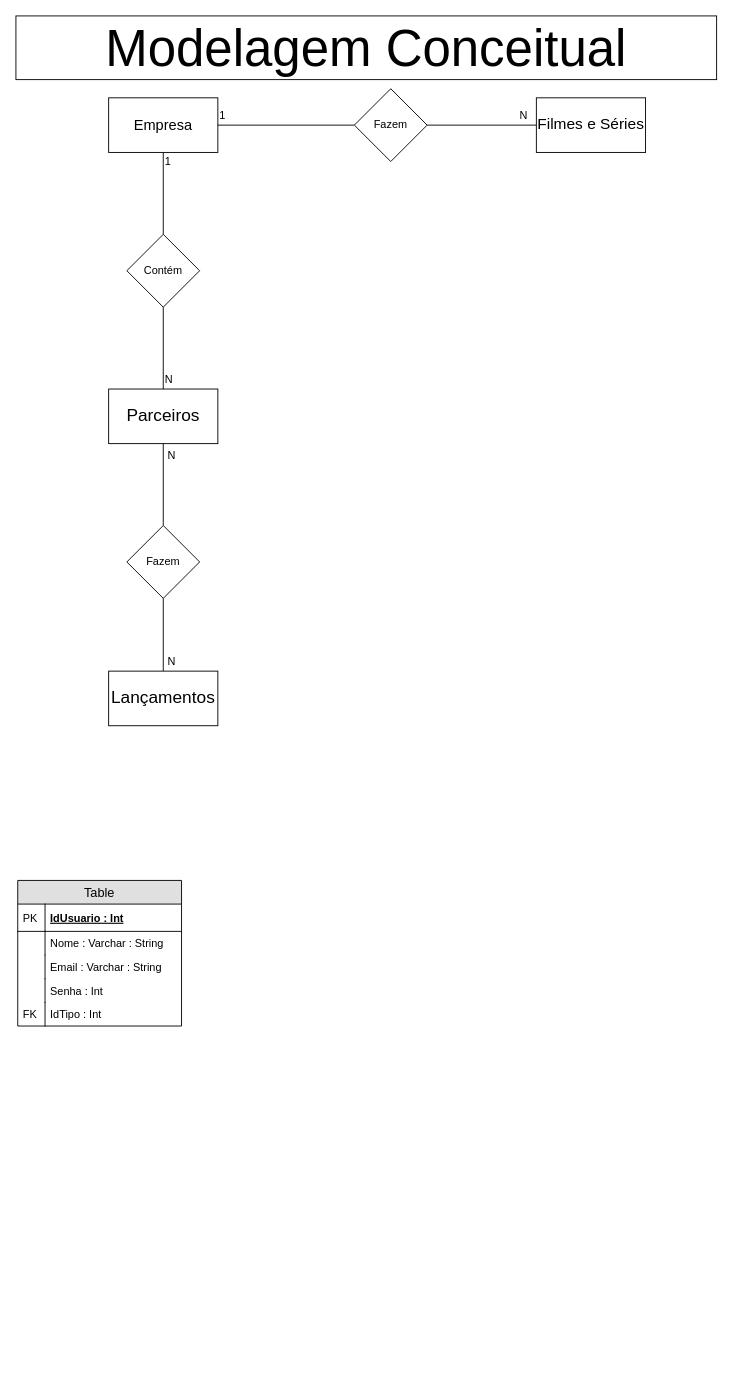
This is OPFlix.drawio from Melegaro-SENAI/s2019-sprint-1-bd_OPFlix, a draw.io file, before an edit. Source tidied: cells renumbered, new cells numbered last; positions are measured from the earlier drawing's top-left corner, leaving out a move shared by most shapes. Both pictures are drawn from the tidied source at 91%, with x=0, y=0 at pixel (15, 15).
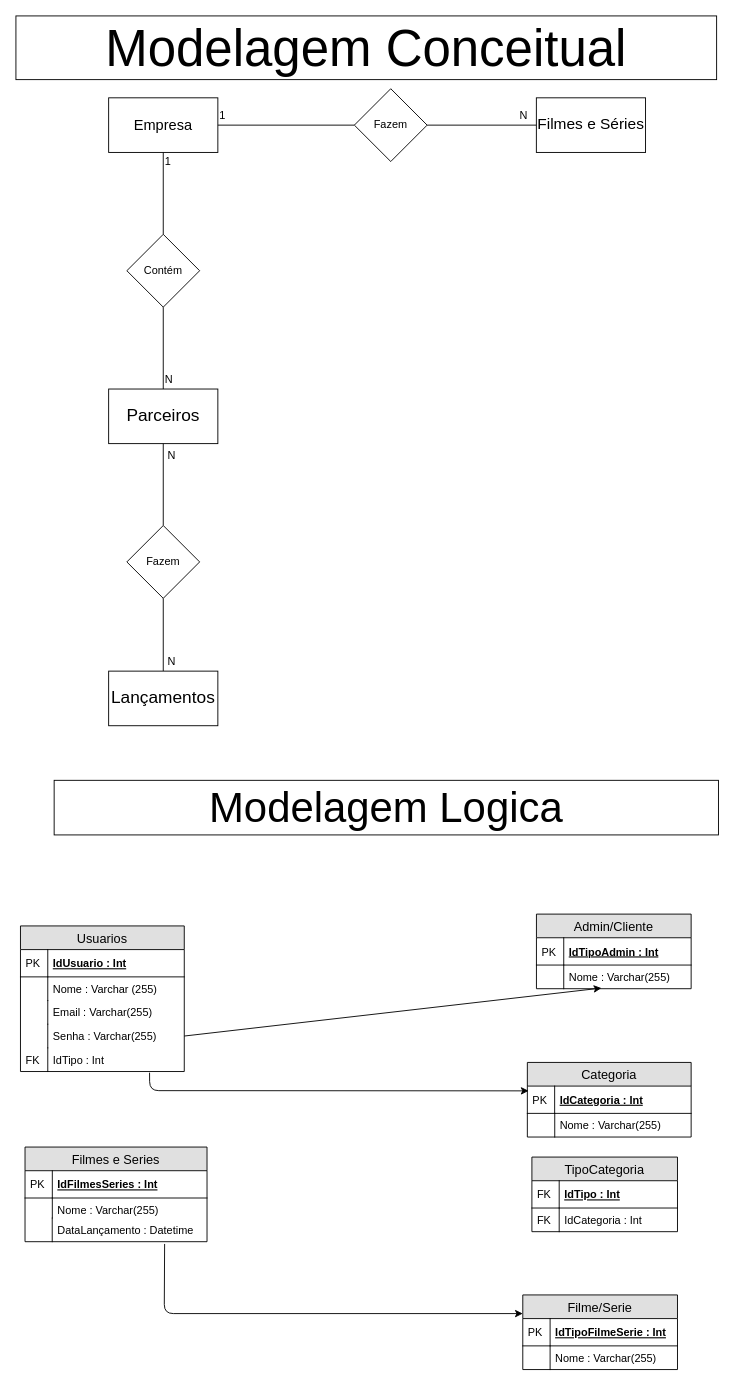
Above is the later version.

Unchanged cells that the change refers to:
```xml
<mxCell id="31" value="IdTipo : Int" style="shape=partialRectangle;top=0;left=0;right=0;bottom=0;align=left;verticalAlign=top;fillColor=none;spacingLeft=34;spacingRight=4;overflow=hidden;points=[[0,0.5],[1,0.5]];portConstraint=eastwest;fontSize=12;" parent="22" vertex="1">
  <mxGeometry y="134" width="180" height="26" as="geometry" />
</mxCell>
```

Diff of the diagram source:
```diff
@@
-    <mxCell id="22" value="Table" style="swimlane;fontStyle=0;horizontal=1;startSize=26;fillColor=#e0e0e0;swimlaneFillColor=#ffffff;align=center;fontSize=14;" parent="1" vertex="1">
-      <mxGeometry x="2" y="950" width="180" height="160" as="geometry" />
+    <mxCell id="22" value="Usuarios" style="swimlane;fontStyle=0;horizontal=1;startSize=26;fillColor=#e0e0e0;swimlaneFillColor=#ffffff;align=center;fontSize=14;" parent="1" vertex="1">
+      <mxGeometry x="5" y="1000" width="180" height="160" as="geometry" />
     </mxCell>
@@
-    <mxCell id="25" value="Nome : Varchar : String" style="shape=partialRectangle;top=0;left=0;right=0;bottom=0;align=left;verticalAlign=top;fillColor=none;spacingLeft=34;spacingRight=4;overflow=hidden;fontSize=12;" parent="22" vertex="1">
+    <mxCell id="25" value="Nome : Varchar (255)" style="shape=partialRectangle;top=0;left=0;right=0;bottom=0;align=left;verticalAlign=top;fillColor=none;spacingLeft=34;spacingRight=4;overflow=hidden;fontSize=12;" parent="22" vertex="1">
       <mxGeometry y="56" width="180" height="26" as="geometry" />
     </mxCell>
@@
-    <mxCell id="27" value="Email : Varchar : String" style="shape=partialRectangle;top=0;left=0;right=0;bottom=0;align=left;verticalAlign=top;fillColor=none;spacingLeft=34;spacingRight=4;overflow=hidden;fontSize=12;" parent="22" vertex="1">
+    <mxCell id="27" value="Email : Varchar(255)" style="shape=partialRectangle;top=0;left=0;right=0;bottom=0;align=left;verticalAlign=top;fillColor=none;spacingLeft=34;spacingRight=4;overflow=hidden;fontSize=12;" parent="22" vertex="1">
       <mxGeometry y="82" width="180" height="26" as="geometry" />
     </mxCell>
@@
-    <mxCell id="29" value="Senha : Int" style="shape=partialRectangle;top=0;left=0;right=0;bottom=0;align=left;verticalAlign=top;fillColor=none;spacingLeft=34;spacingRight=4;overflow=hidden;points=[[0,0.5],[1,0.5]];portConstraint=eastwest;fontSize=12;" parent="22" vertex="1">
+    <mxCell id="29" value="Senha : Varchar(255)" style="shape=partialRectangle;top=0;left=0;right=0;bottom=0;align=left;verticalAlign=top;fillColor=none;spacingLeft=34;spacingRight=4;overflow=hidden;points=[[0,0.5],[1,0.5]];portConstraint=eastwest;fontSize=12;" parent="22" vertex="1">
       <mxGeometry y="108" width="180" height="26" as="geometry" />
     </mxCell>
@@
+    <mxCell id="33" value="&lt;font style=&quot;font-size: 46px&quot;&gt;Modelagem Logica&lt;/font&gt;" style="rounded=0;whiteSpace=wrap;html=1;" parent="1" vertex="1">
+      <mxGeometry x="42" y="840" width="730" height="60" as="geometry" />
+    </mxCell>
+    <mxCell id="34" value="Categoria" style="swimlane;fontStyle=0;horizontal=1;startSize=26;fillColor=#e0e0e0;swimlaneFillColor=#ffffff;align=center;fontSize=14;" parent="1" vertex="1">
+      <mxGeometry x="562" y="1150" width="180" height="82" as="geometry" />
+    </mxCell>
+    <mxCell id="35" value="IdCategoria : Int" style="shape=partialRectangle;top=0;left=0;right=0;bottom=1;align=left;verticalAlign=middle;fillColor=none;spacingLeft=34;spacingRight=4;overflow=hidden;points=[[0,0.5],[1,0.5]];portConstraint=eastwest;fontStyle=5;fontSize=12;" parent="34" vertex="1">
+      <mxGeometry y="26" width="180" height="30" as="geometry" />
+    </mxCell>
+    <mxCell id="36" value="PK" style="shape=partialRectangle;top=0;left=0;bottom=0;fillColor=none;align=left;verticalAlign=middle;spacingLeft=4;spacingRight=4;overflow=hidden;fontSize=12;" parent="35" vertex="1">
+      <mxGeometry width="30" height="30" as="geometry" />
+    </mxCell>
+    <mxCell id="37" value="Nome : Varchar(255)" style="shape=partialRectangle;top=0;left=0;right=0;bottom=0;align=left;verticalAlign=top;fillColor=none;spacingLeft=34;spacingRight=4;overflow=hidden;fontSize=12;" parent="34" vertex="1">
+      <mxGeometry y="56" width="180" height="26" as="geometry" />
+    </mxCell>
+    <mxCell id="38" style="shape=partialRectangle;top=0;left=0;bottom=0;fillColor=none;align=left;verticalAlign=top;spacingLeft=4;spacingRight=4;overflow=hidden;fontSize=12;" parent="37" vertex="1">
+      <mxGeometry width="30.1" height="26" as="geometry" />
+    </mxCell>
+    <mxCell id="39" value="Filme/Serie" style="swimlane;fontStyle=0;horizontal=1;startSize=26;fillColor=#e0e0e0;swimlaneFillColor=#ffffff;align=center;fontSize=14;" parent="1" vertex="1">
+      <mxGeometry x="557" y="1405.5" width="170" height="82" as="geometry" />
+    </mxCell>
+    <mxCell id="40" value="IdTipoFilmeSerie : Int" style="shape=partialRectangle;top=0;left=0;right=0;bottom=1;align=left;verticalAlign=middle;fillColor=none;spacingLeft=34;spacingRight=4;overflow=hidden;fontStyle=5;fontSize=12;" parent="39" vertex="1">
+      <mxGeometry y="26" width="170" height="30" as="geometry" />
+    </mxCell>
+    <mxCell id="41" value="PK" style="shape=partialRectangle;top=0;left=0;bottom=0;fillColor=none;align=left;verticalAlign=middle;spacingLeft=4;spacingRight=4;overflow=hidden;fontSize=12;" parent="40" vertex="1">
+      <mxGeometry width="30" height="30" as="geometry" />
+    </mxCell>
+    <mxCell id="42" value="Nome : Varchar(255)" style="shape=partialRectangle;top=0;left=0;right=0;bottom=0;align=left;verticalAlign=top;fillColor=none;spacingLeft=34;spacingRight=4;overflow=hidden;fontSize=12;" parent="39" vertex="1">
+      <mxGeometry y="56" width="170" height="26" as="geometry" />
+    </mxCell>
+    <mxCell id="43" style="shape=partialRectangle;top=0;left=0;bottom=0;fillColor=none;align=left;verticalAlign=top;spacingLeft=4;spacingRight=4;overflow=hidden;fontSize=12;" parent="42" vertex="1">
+      <mxGeometry width="30" height="26" as="geometry" />
+    </mxCell>
+    <mxCell id="44" value="Filmes e Series" style="swimlane;fontStyle=0;horizontal=1;startSize=26;fillColor=#e0e0e0;swimlaneFillColor=#ffffff;align=center;fontSize=14;" parent="1" vertex="1">
+      <mxGeometry x="10" y="1243" width="200" height="104" as="geometry" />
+    </mxCell>
+    <mxCell id="45" value="IdFilmesSeries : Int" style="shape=partialRectangle;top=0;left=0;right=0;bottom=1;align=left;verticalAlign=middle;fillColor=none;spacingLeft=34;spacingRight=4;overflow=hidden;fontStyle=5;fontSize=12;" parent="44" vertex="1">
+      <mxGeometry y="26" width="200" height="30" as="geometry" />
+    </mxCell>
+    <mxCell id="46" value="PK" style="shape=partialRectangle;top=0;left=0;bottom=0;fillColor=none;align=left;verticalAlign=middle;spacingLeft=4;spacingRight=4;overflow=hidden;fontSize=12;" parent="45" vertex="1">
+      <mxGeometry width="30" height="30" as="geometry" />
+    </mxCell>
+    <mxCell id="47" value="Nome : Varchar(255)" style="shape=partialRectangle;top=0;left=0;right=0;bottom=0;align=left;verticalAlign=top;fillColor=none;spacingLeft=34;spacingRight=4;overflow=hidden;fontSize=12;" parent="44" vertex="1">
+      <mxGeometry y="56" width="200" height="22" as="geometry" />
+    </mxCell>
+    <mxCell id="48" style="shape=partialRectangle;top=0;left=0;bottom=0;fillColor=none;align=left;verticalAlign=top;spacingLeft=4;spacingRight=4;overflow=hidden;fontSize=12;" parent="47" vertex="1">
+      <mxGeometry width="30" height="22" as="geometry" />
+    </mxCell>
+    <mxCell id="49" value="DataLançamento : Datetime" style="shape=partialRectangle;top=0;left=0;right=0;bottom=0;align=left;verticalAlign=top;fillColor=none;spacingLeft=34;spacingRight=4;overflow=hidden;points=[[0,0.5],[1,0.5]];portConstraint=eastwest;fontSize=12;" parent="44" vertex="1">
+      <mxGeometry y="78" width="200" height="26" as="geometry" />
+    </mxCell>
+    <mxCell id="50" style="shape=partialRectangle;top=0;left=0;bottom=0;fillColor=none;align=left;verticalAlign=top;spacingLeft=4;spacingRight=4;overflow=hidden;fontSize=12;" parent="49" vertex="1">
+      <mxGeometry width="29.9" height="26" as="geometry" />
+    </mxCell>
+    <mxCell id="51" value="Admin/Cliente" style="swimlane;fontStyle=0;horizontal=1;startSize=26;fillColor=#e0e0e0;swimlaneFillColor=#ffffff;align=center;fontSize=14;" parent="1" vertex="1">
+      <mxGeometry x="572" y="987" width="170" height="82" as="geometry" />
+    </mxCell>
+    <mxCell id="52" value="IdTipoAdmin : Int" style="shape=partialRectangle;top=0;left=0;right=0;bottom=1;align=left;verticalAlign=middle;fillColor=none;spacingLeft=34;spacingRight=4;overflow=hidden;fontStyle=5;fontSize=12;" parent="51" vertex="1">
+      <mxGeometry y="26" width="170" height="30" as="geometry" />
+    </mxCell>
+    <mxCell id="53" value="PK" style="shape=partialRectangle;top=0;left=0;bottom=0;fillColor=none;align=left;verticalAlign=middle;spacingLeft=4;spacingRight=4;overflow=hidden;fontSize=12;" parent="52" vertex="1">
+      <mxGeometry width="30" height="30" as="geometry" />
+    </mxCell>
+    <mxCell id="54" value="Nome : Varchar(255)" style="shape=partialRectangle;top=0;left=0;right=0;bottom=0;align=left;verticalAlign=top;fillColor=none;spacingLeft=34;spacingRight=4;overflow=hidden;points=[[0,0.5],[1,0.5]];portConstraint=eastwest;fontSize=12;" parent="51" vertex="1">
+      <mxGeometry y="56" width="170" height="26" as="geometry" />
+    </mxCell>
+    <mxCell id="55" style="shape=partialRectangle;top=0;left=0;bottom=0;fillColor=none;align=left;verticalAlign=top;spacingLeft=4;spacingRight=4;overflow=hidden;fontSize=12;" parent="54" vertex="1">
+      <mxGeometry width="30" height="26" as="geometry" />
+    </mxCell>
+    <mxCell id="56" value="TipoCategoria" style="swimlane;fontStyle=0;horizontal=1;startSize=26;fillColor=#e0e0e0;swimlaneFillColor=#ffffff;align=center;fontSize=14;" parent="1" vertex="1">
+      <mxGeometry x="567" y="1254" width="160" height="82" as="geometry" />
+    </mxCell>
+    <mxCell id="57" value="IdTipo : Int" style="shape=partialRectangle;top=0;left=0;right=0;bottom=1;align=left;verticalAlign=middle;fillColor=none;spacingLeft=34;spacingRight=4;overflow=hidden;fontStyle=5;fontSize=12;" parent="56" vertex="1">
+      <mxGeometry y="26" width="160" height="30" as="geometry" />
+    </mxCell>
+    <mxCell id="58" value="FK" style="shape=partialRectangle;top=0;left=0;bottom=0;fillColor=none;align=left;verticalAlign=middle;spacingLeft=4;spacingRight=4;overflow=hidden;fontSize=12;" parent="57" vertex="1">
+      <mxGeometry width="30" height="30" as="geometry" />
+    </mxCell>
+    <mxCell id="59" value="IdCategoria : Int" style="shape=partialRectangle;top=0;left=0;right=0;bottom=0;align=left;verticalAlign=top;fillColor=none;spacingLeft=34;spacingRight=4;overflow=hidden;fontSize=12;" parent="56" vertex="1">
+      <mxGeometry y="56" width="160" height="26" as="geometry" />
+    </mxCell>
+    <mxCell id="60" value="FK" style="shape=partialRectangle;top=0;left=0;bottom=0;fillColor=none;align=left;verticalAlign=top;spacingLeft=4;spacingRight=4;overflow=hidden;fontSize=12;" parent="59" vertex="1">
+      <mxGeometry width="30" height="26" as="geometry" />
+    </mxCell>
+    <mxCell id="61" style="endArrow=classic;html=1;entryX=0;entryY=0.25;entryDx=0;entryDy=0;exitX=0.767;exitY=1.095;exitDx=0;exitDy=0;exitPerimeter=0;" parent="1" edge="1" source="49" target="39">
+      <mxGeometry relative="1" as="geometry">
+        <Array as="points">
+          <mxPoint x="163" y="1426" />
+        </Array>
+      </mxGeometry>
+    </mxCell>
+    <mxCell id="62" style="endArrow=classic;html=1;entryX=0.008;entryY=0.175;entryDx=0;entryDy=0;entryPerimeter=0;exitX=0.788;exitY=1.048;exitDx=0;exitDy=0;exitPerimeter=0;" parent="1" edge="1" source="31" target="35">
+      <mxGeometry relative="1" as="geometry">
+        <Array as="points">
+          <mxPoint x="147" y="1181" />
+        </Array>
+      </mxGeometry>
+    </mxCell>
+    <mxCell id="63" style="endArrow=classic;html=1;entryX=0.42;entryY=0.973;entryDx=0;entryDy=0;entryPerimeter=0;exitX=1;exitY=0.5;exitDx=0;exitDy=0;" parent="1" edge="1" source="29" target="54">
+      <mxGeometry relative="1" as="geometry" />
+    </mxCell>
```
